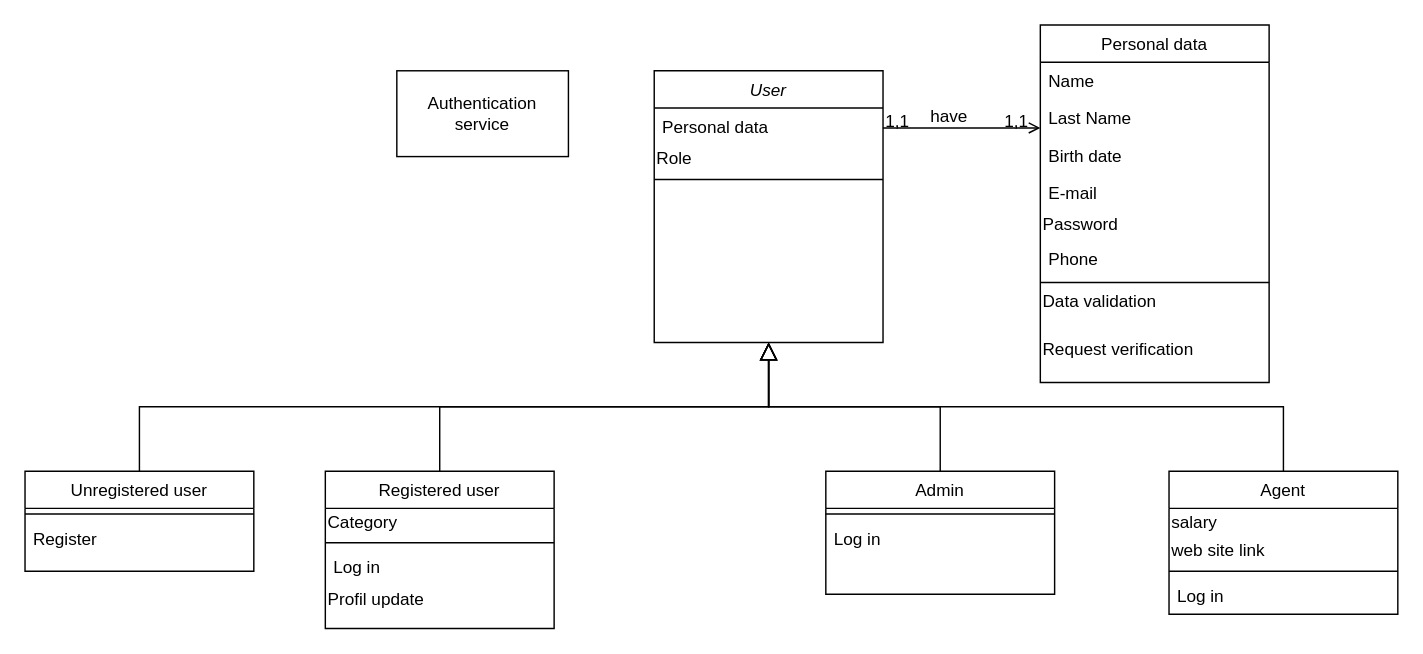
This is page "Authentication service" (1 of 11) of Dijagrami.drawio from andjelijaa/XML-projekat, a draw.io file, before an edit. Source tidied: cells renumbered, new cells numbered last; positions are measured from the earlier drawing's top-left corner, leaving out a move shared by most shapes. Both pictures are drawn from the tidied source at 143%, with x=0, y=0 at pixel (24, 24).
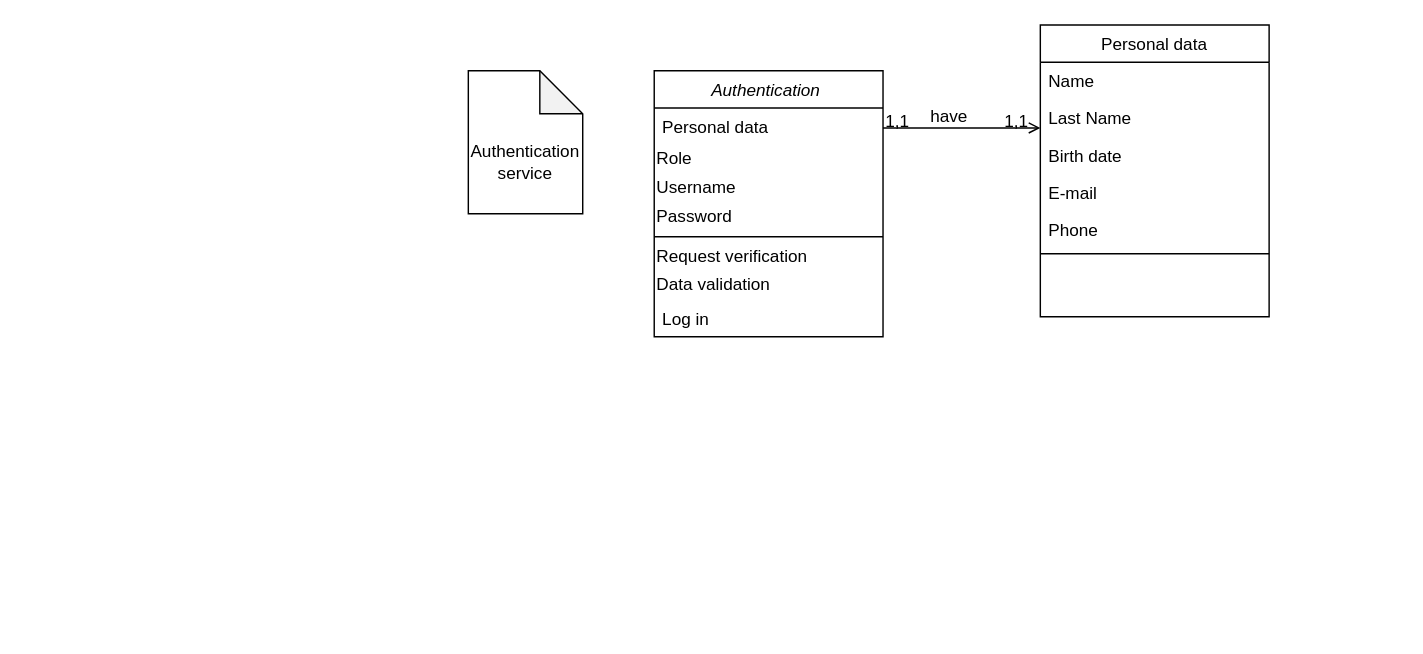
The same diagram, later.

What changed in the source:
```diff
@@
-    <mxCell id="2" value="User" style="swimlane;fontStyle=2;align=center;verticalAlign=top;horizontal=1;startSize=26;rounded=0;shadow=0;strokeWidth=1;" parent="1" vertex="1">
-      <mxGeometry x="440" y="32" width="160" height="190" as="geometry" />
+    <mxCell id="2" value="Authentication " style="swimlane;fontStyle=2;align=center;verticalAlign=top;horizontal=1;startSize=26;rounded=0;shadow=0;strokeWidth=1;" parent="1" vertex="1">
+      <mxGeometry x="440" y="32" width="160" height="186" as="geometry" />
     </mxCell>
@@
+    <mxCell id="42" value="Username" style="text;html=1;strokeColor=none;fillColor=none;align=left;verticalAlign=middle;whiteSpace=wrap;rounded=0;" parent="2" vertex="1">
+      <mxGeometry y="72" width="160" height="20" as="geometry" />
+    </mxCell>
+    <mxCell id="21" value="Password" style="text;html=1;strokeColor=none;fillColor=none;align=left;verticalAlign=middle;whiteSpace=wrap;rounded=0;" parent="2" vertex="1">
+      <mxGeometry y="92" width="160" height="20" as="geometry" />
+    </mxCell>
     <mxCell id="5" style="line;html=1;strokeWidth=1;align=left;verticalAlign=middle;spacingTop=-1;spacingLeft=3;spacingRight=3;labelPosition=right;" parent="2" vertex="1">
-      <mxGeometry y="72" width="160" height="8" as="geometry" />
+      <mxGeometry y="112" width="160" height="8" as="geometry" />
     </mxCell>
-    <mxCell id="6" value="Unregistered user" style="swimlane;fontStyle=0;align=center;verticalAlign=top;horizontal=1;startSize=26;rounded=0;shadow=0;strokeWidth=1;" parent="1" vertex="1">
-      <mxGeometry y="312" width="160" height="70" as="geometry" />
-    </mxCell>
-    <mxCell id="7" style="line;html=1;strokeWidth=1;align=left;verticalAlign=middle;spacingTop=-1;spacingLeft=3;spacingRight=3;labelPosition=right;" parent="6" vertex="1">
-      <mxGeometry y="26" width="160" height="8" as="geometry" />
-    </mxCell>
-    <mxCell id="8" value="Register" style="text;align=left;verticalAlign=top;spacingLeft=4;spacingRight=4;overflow=hidden;fontStyle=0;" parent="6" vertex="1">
-      <mxGeometry y="34" width="160" height="26" as="geometry" />
-    </mxCell>
-    <mxCell id="9" style="endArrow=block;endSize=10;endFill=0;shadow=0;strokeWidth=1;rounded=0;edgeStyle=elbowEdgeStyle;elbow=vertical;" parent="1" edge="1" source="6" target="2">
-      <mxGeometry relative="1" as="geometry" />
-    </mxCell>
-    <mxCell id="10" value="Registered user" style="swimlane;fontStyle=0;align=center;verticalAlign=top;horizontal=1;startSize=26;rounded=0;shadow=0;strokeWidth=1;" parent="1" vertex="1">
-      <mxGeometry x="210" y="312" width="160" height="110" as="geometry" />
-    </mxCell>
-    <mxCell id="11" value="Category" style="text;html=1;strokeColor=none;fillColor=none;align=left;verticalAlign=middle;whiteSpace=wrap;rounded=0;" parent="10" vertex="1">
-      <mxGeometry y="26" width="160" height="20" as="geometry" />
-    </mxCell>
-    <mxCell id="12" style="line;html=1;strokeWidth=1;align=left;verticalAlign=middle;spacingTop=-1;spacingLeft=3;spacingRight=3;labelPosition=right;" parent="10" vertex="1">
-      <mxGeometry y="46" width="160" height="8" as="geometry" />
-    </mxCell>
-    <mxCell id="13" value="Log in" style="text;align=left;verticalAlign=top;spacingLeft=4;spacingRight=4;overflow=hidden;" parent="10" vertex="1">
-      <mxGeometry y="54" width="160" height="26" as="geometry" />
-    </mxCell>
-    <mxCell id="14" value="Profil update" style="text;html=1;strokeColor=none;fillColor=none;align=left;verticalAlign=middle;whiteSpace=wrap;rounded=0;" parent="10" vertex="1">
-      <mxGeometry y="80" width="160" height="20" as="geometry" />
-    </mxCell>
-    <mxCell id="15" style="endArrow=block;endSize=10;endFill=0;shadow=0;strokeWidth=1;rounded=0;edgeStyle=elbowEdgeStyle;elbow=vertical;" parent="1" edge="1" source="10" target="2">
-      <mxGeometry relative="1" as="geometry" />
-    </mxCell>
+    <mxCell id="25" value="Request verification" style="text;html=1;strokeColor=none;fillColor=none;align=left;verticalAlign=middle;whiteSpace=wrap;rounded=0;" parent="2" vertex="1">
+      <mxGeometry y="120" width="160" height="20" as="geometry" />
+    </mxCell>
+    <mxCell id="24" value="Data validation" style="text;html=1;strokeColor=none;fillColor=none;align=left;verticalAlign=middle;whiteSpace=wrap;rounded=0;" parent="2" vertex="1">
+      <mxGeometry y="140" width="160" height="20" as="geometry" />
+    </mxCell>
+    <mxCell id="34" value="Log in" style="text;align=left;verticalAlign=top;spacingLeft=4;spacingRight=4;overflow=hidden;" parent="2" vertex="1">
+      <mxGeometry y="160" width="160" height="26" as="geometry" />
+    </mxCell>
     <mxCell id="16" value="Personal data" style="swimlane;fontStyle=0;align=center;verticalAlign=top;horizontal=1;startSize=26;rounded=0;shadow=0;strokeWidth=1;" parent="1" vertex="1">
-      <mxGeometry x="710" width="160" height="250" as="geometry" />
+      <mxGeometry x="710" width="160" height="204" as="geometry" />
     </mxCell>
@@
-    <mxCell id="21" value="Password" style="text;html=1;strokeColor=none;fillColor=none;align=left;verticalAlign=middle;whiteSpace=wrap;rounded=0;" parent="16" vertex="1">
-      <mxGeometry y="130" width="160" height="20" as="geometry" />
-    </mxCell>
     <mxCell id="22" value="Phone" style="text;align=left;verticalAlign=top;spacingLeft=4;spacingRight=4;overflow=hidden;rounded=0;shadow=0;html=0;" parent="16" vertex="1">
-      <mxGeometry y="150" width="160" height="26" as="geometry" />
+      <mxGeometry y="130" width="160" height="26" as="geometry" />
     </mxCell>
     <mxCell id="23" style="line;html=1;strokeWidth=1;align=left;verticalAlign=middle;spacingTop=-1;spacingLeft=3;spacingRight=3;labelPosition=right;" parent="16" vertex="1">
-      <mxGeometry y="176" width="160" height="8" as="geometry" />
+      <mxGeometry y="156" width="160" height="8" as="geometry" />
     </mxCell>
-    <mxCell id="24" value="Data validation" style="text;html=1;strokeColor=none;fillColor=none;align=left;verticalAlign=middle;whiteSpace=wrap;rounded=0;" parent="16" vertex="1">
-      <mxGeometry y="184" width="160" height="20" as="geometry" />
-    </mxCell>
-    <mxCell id="25" value="Request verification" style="text;html=1;strokeColor=none;fillColor=none;align=left;verticalAlign=middle;whiteSpace=wrap;rounded=0;" parent="16" vertex="1">
-      <mxGeometry y="204" width="160" height="46" as="geometry" />
-    </mxCell>
@@
-    <mxCell id="30" style="rounded=0;whiteSpace=wrap;html=1;" parent="1" vertex="1">
-      <mxGeometry x="260" y="32" width="120" height="60" as="geometry" />
-    </mxCell>
+    <mxCell id="43" style="shape=note;whiteSpace=wrap;html=1;backgroundOutline=1;darkOpacity=0.05;" parent="1" vertex="1">
+      <mxGeometry x="310" y="32" width="80" height="100" as="geometry" />
+    </mxCell>
     <mxCell id="31" value="Authentication service" style="text;html=1;strokeColor=none;fillColor=none;align=center;verticalAlign=middle;whiteSpace=wrap;rounded=0;" parent="1" vertex="1">
-      <mxGeometry x="270" y="52" width="100" height="20" as="geometry" />
+      <mxGeometry x="300" y="86" width="100" height="20" as="geometry" />
     </mxCell>
-    <mxCell id="32" value="Admin" style="swimlane;fontStyle=0;align=center;verticalAlign=top;horizontal=1;startSize=26;rounded=0;shadow=0;strokeWidth=1;" parent="1" vertex="1">
-      <mxGeometry x="560" y="312" width="160" height="86" as="geometry" />
-    </mxCell>
-    <mxCell id="33" style="line;html=1;strokeWidth=1;align=left;verticalAlign=middle;spacingTop=-1;spacingLeft=3;spacingRight=3;labelPosition=right;" parent="32" vertex="1">
-      <mxGeometry y="26" width="160" height="8" as="geometry" />
-    </mxCell>
-    <mxCell id="34" value="Log in" style="text;align=left;verticalAlign=top;spacingLeft=4;spacingRight=4;overflow=hidden;" parent="32" vertex="1">
-      <mxGeometry y="34" width="160" height="26" as="geometry" />
-    </mxCell>
-    <mxCell id="35" value="Agent" style="swimlane;fontStyle=0;align=center;verticalAlign=top;horizontal=1;startSize=26;rounded=0;shadow=0;strokeWidth=1;" parent="1" vertex="1">
-      <mxGeometry x="800" y="312" width="160" height="100" as="geometry" />
-    </mxCell>
-    <mxCell id="36" value="salary" style="text;html=1;strokeColor=none;fillColor=none;align=left;verticalAlign=middle;whiteSpace=wrap;rounded=0;" parent="35" vertex="1">
-      <mxGeometry y="26" width="160" height="20" as="geometry" />
-    </mxCell>
-    <mxCell id="37" value="web site link" style="text;html=1;strokeColor=none;fillColor=none;align=left;verticalAlign=middle;whiteSpace=wrap;rounded=0;" parent="35" vertex="1">
-      <mxGeometry y="46" width="160" height="20" as="geometry" />
-    </mxCell>
-    <mxCell id="38" style="line;html=1;strokeWidth=1;align=left;verticalAlign=middle;spacingTop=-1;spacingLeft=3;spacingRight=3;labelPosition=right;" parent="35" vertex="1">
-      <mxGeometry y="66" width="160" height="8" as="geometry" />
-    </mxCell>
-    <mxCell id="39" value="Log in" style="text;align=left;verticalAlign=top;spacingLeft=4;spacingRight=4;overflow=hidden;" parent="35" vertex="1">
-      <mxGeometry y="74" width="160" height="26" as="geometry" />
-    </mxCell>
-    <mxCell id="40" style="endArrow=block;endSize=10;endFill=0;shadow=0;strokeWidth=1;rounded=0;edgeStyle=elbowEdgeStyle;elbow=vertical;" parent="1" edge="1" source="32">
-      <mxGeometry relative="1" as="geometry">
-        <mxPoint x="520" y="222" as="targetPoint" />
-      </mxGeometry>
-    </mxCell>
-    <mxCell id="41" style="endArrow=block;endSize=10;endFill=0;shadow=0;strokeWidth=1;rounded=0;edgeStyle=elbowEdgeStyle;elbow=vertical;exitX=0.5;exitY=0;exitDx=0;exitDy=0;" parent="1" edge="1" source="35">
-      <mxGeometry relative="1" as="geometry">
-        <mxPoint x="520" y="222" as="targetPoint" />
-      </mxGeometry>
-    </mxCell>
```
